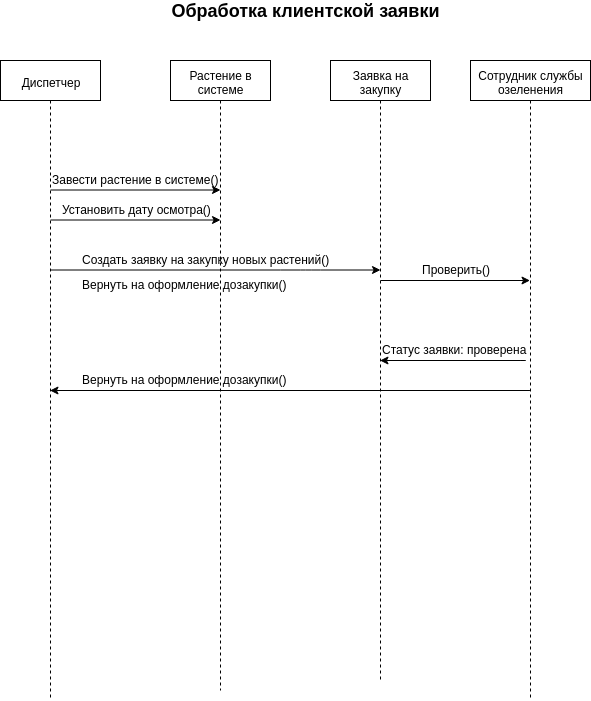
Above: wiki/AdminReq.png in gilgenbergg/green_office (draw.io), before the change. Source tidied: cells renumbered, new cells last; positions are measured from the earlier drawing's top-left corner, leaving out a move shared by most shapes.
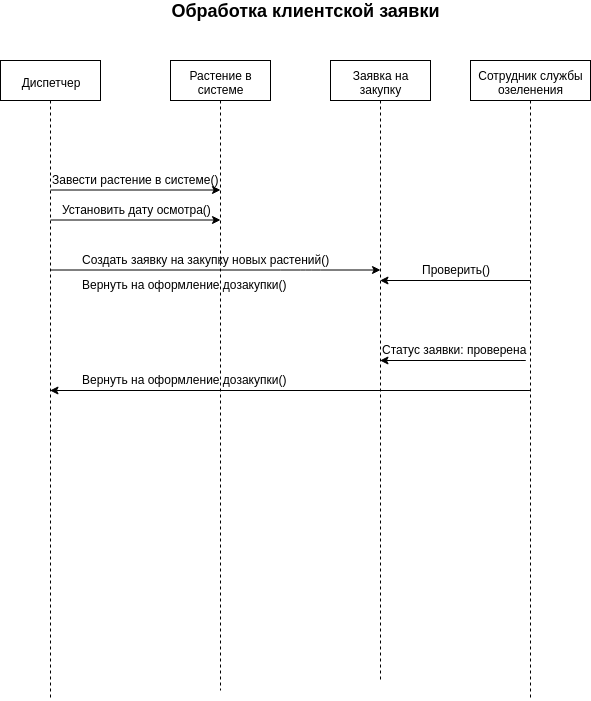
The same diagram one commit later.

What changed in the source:
```diff
@@ -43,9 +43,8 @@
     <mxCell id="10" value="Создать заявку на закупку новых растений()" style="text;html=1;align=left;verticalAlign=top;spacingTop=-4;" parent="1" vertex="1">
       <mxGeometry x="80" y="250" width="260" height="10" as="geometry" />
     </mxCell>
-    <mxCell id="11" style="endArrow=classic;html=1;" parent="1" edge="1" target="6">
+    <mxCell id="11" style="endArrow=classic;html=1;exitX=0.5;exitY=0.344;exitDx=0;exitDy=0;exitPerimeter=0;" parent="1" edge="1" source="6" target="5">
       <mxGeometry relative="1" as="geometry">
-        <mxPoint x="380" y="280" as="sourcePoint" />
         <Array as="points">
           <mxPoint x="470.5" y="280" />
         </Array>
```
